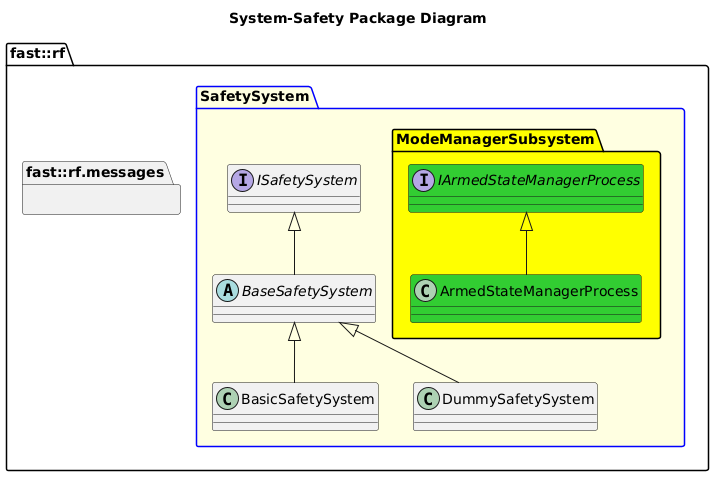
fastrobotics/robot_framework keeps this PlantUML diagram as Systems/Safety/doc/puml/SystemSafetyPackageDiagram.png. Above is the earlier version.
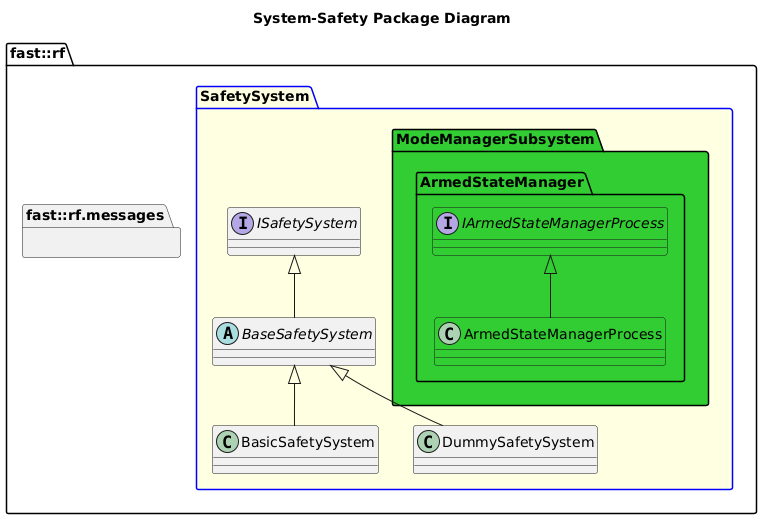
Later version of the same file.

What changed in the source:
```diff
@@ -16,13 +16,15 @@
     class DummySafetySystem  {
     }
     BaseSafetySystem <|-- DummySafetySystem
-    namespace ModeManagerSubsystem #Yellow {
-      interface IArmedStateManagerProcess #LimeGreen {
+    namespace ModeManagerSubsystem #LimeGreen {
+      namespace ArmedStateManager {
+        interface IArmedStateManagerProcess #LimeGreen {
 
+        }
+        class ArmedStateManagerProcess #LimeGreen {
+        }
+        ArmedStateManagerProcess -up-|> IArmedStateManagerProcess
       }
-      class ArmedStateManagerProcess #LimeGreen {
-      }
-      ArmedStateManagerProcess -up-|> IArmedStateManagerProcess
     }
   }
 }
```
